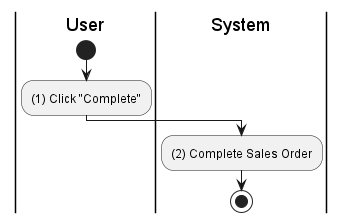
Earlier version of the PlantUML export activities/sales-order-accept-payment.png (phihungha/scmss-reqs). Its diagram source:
```plantuml
@startuml sales-order-accept-payment
|u|User
|s|System

|u|
start
:(1) Click "Complete";

|s|
:(2) Complete Sales Order;
stop
@enduml
```
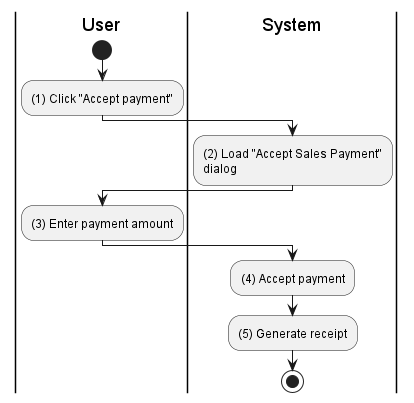
The same file after the commit.

The edit, as a diff of the source:
```diff
@@ -4,9 +4,16 @@
 
 |u|
 start
-:(1) Click "Complete";
+:(1) Click "Accept payment";
 
 |s|
-:(2) Complete Sales Order;
+:(2) Load "Accept Sales Payment"\ndialog;
+
+|u|
+:(3) Enter payment amount;
+
+|s|
+:(4) Accept payment;
+:(5) Generate receipt;
 stop
 @enduml
```
